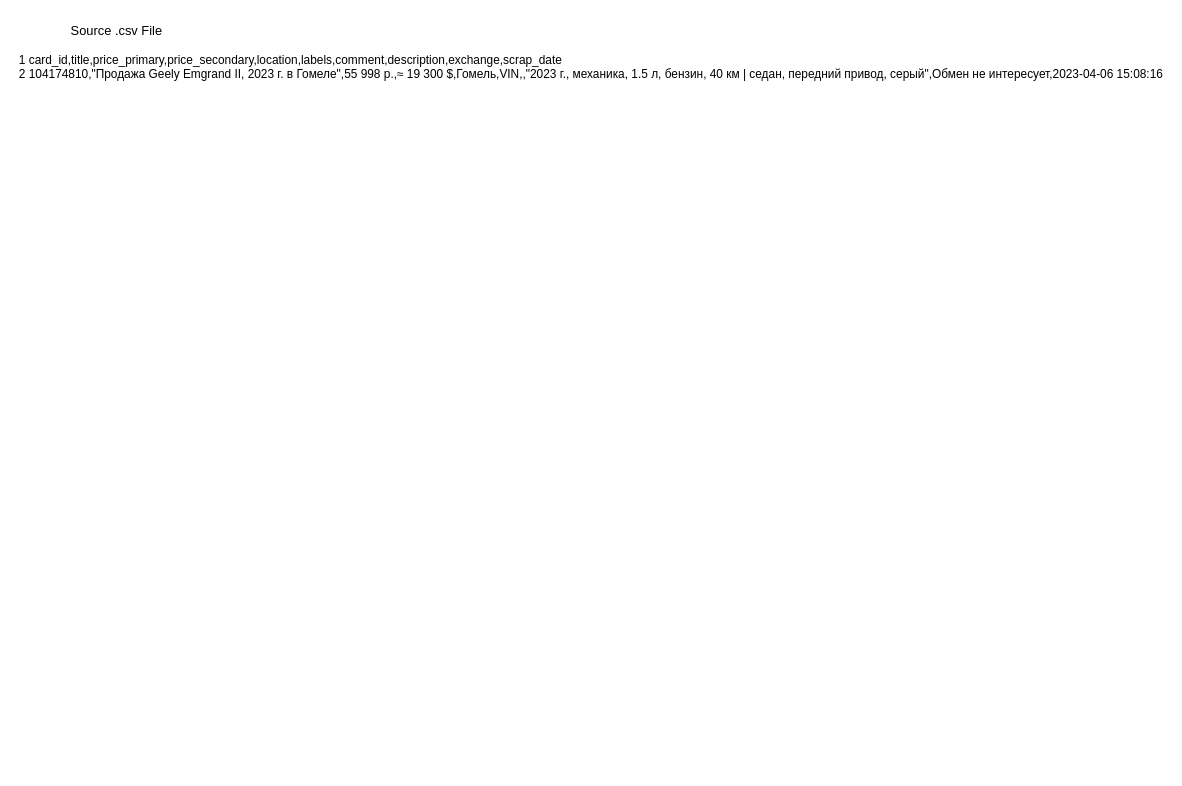
Before: page "data_examples" (3 of 4) of diagrams/get_cars(python) - data flow diagram.drawio in mrM0nk/data_engineer_2023, a draw.io diagram. Source tidied: cells renumbered, new cells numbered last; positions are measured from the earlier drawing's top-left corner, leaving out a move shared by most shapes. Both pictures are drawn from the tidied source at 99%, with x=0, y=0 at pixel (17, 17).
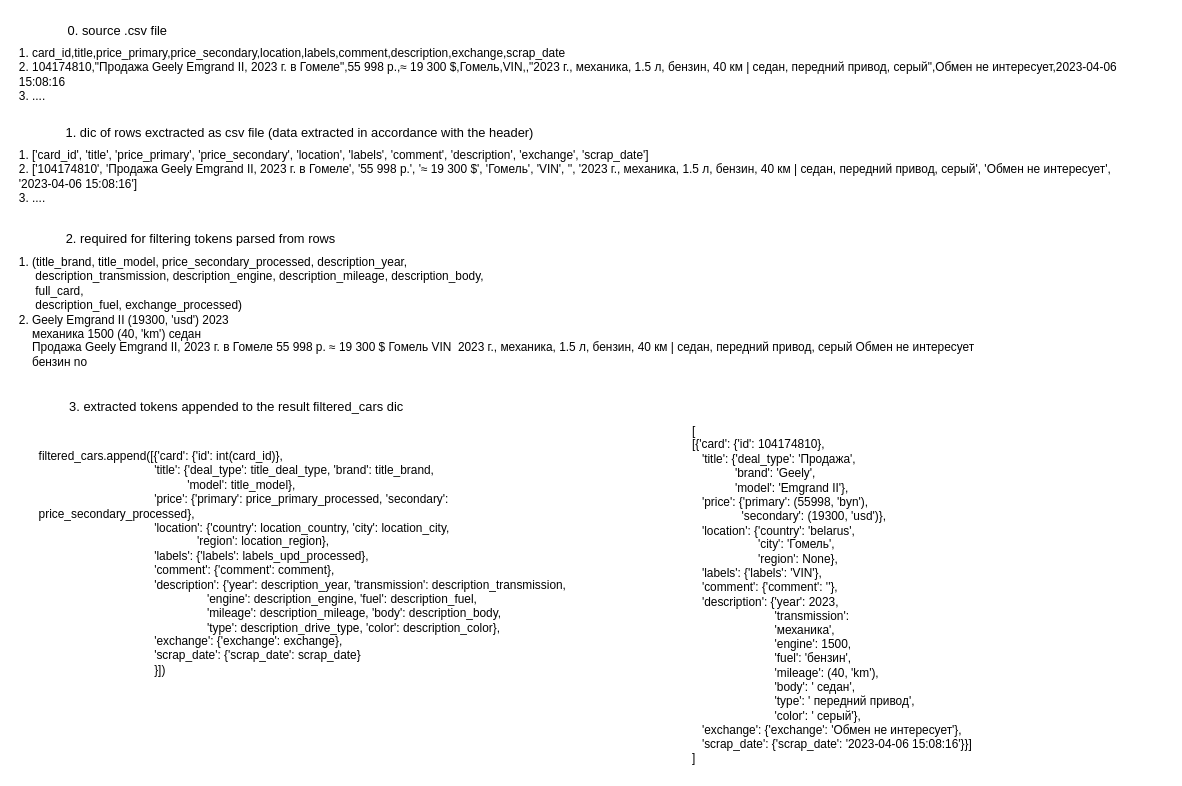
The same diagram, later.

What changed in the source:
```diff
@@
 <mxGraphModel>
   <root>
     <mxCell id="0" />
     <mxCell id="1" parent="0" />
-    <mxCell id="2" value="&lt;font style=&quot;font-size: 13px&quot;&gt;Source .csv File&lt;/font&gt;" style="text;html=1;align=center;verticalAlign=top;spacingTop=-4;fontSize=17;" parent="1" vertex="1">
-      <mxGeometry x="40" width="120" height="30" as="geometry" />
+    <mxCell id="2" value="&lt;font style=&quot;font-size: 13px&quot;&gt;0. source .csv file&lt;/font&gt;" style="text;html=1;align=center;verticalAlign=top;spacingTop=-4;fontSize=17;" parent="1" vertex="1">
+      <mxGeometry x="41" width="120" height="30" as="geometry" />
     </mxCell>
-    <mxCell id="3" value="1 card_id,title,price_primary,price_secondary,location,labels,comment,description,exchange,scrap_date&lt;br&gt;2 104174810,&quot;Продажа Geely Emgrand II, 2023 г. в Гомеле&quot;,55 998 р.,≈ 19 300 $,Гомель,VIN,,&quot;2023 г., механика, 1.5 л, бензин, 40 км | седан, передний привод, серый&quot;,Обмен не интересует,2023-04-06 15:08:16" style="text;whiteSpace=wrap;html=1;" parent="1" vertex="1">
-      <mxGeometry y="30" width="1160" height="40" as="geometry" />
+    <mxCell id="3" value="1. card_id,title,price_primary,price_secondary,location,labels,comment,description,exchange,scrap_date&lt;br&gt;2. 104174810,&quot;Продажа Geely Emgrand II, 2023 г. в Гомеле&quot;,55 998 р.,≈ 19 300 $,Гомель,VIN,,&quot;2023 г., механика, 1.5 л, бензин, 40 км | седан, передний привод, серый&quot;,Обмен не интересует,2023-04-06 15:08:16&lt;br&gt;3. ...." style="text;whiteSpace=wrap;html=1;" parent="1" vertex="1">
+      <mxGeometry y="23" width="1160" height="70" as="geometry" />
     </mxCell>
+    <mxCell id="4" value="&lt;span style=&quot;font-size: 13px;&quot;&gt;1. dic of rows exctracted as csv file (data extracted in accordance with the header)&lt;/span&gt;" style="text;html=1;align=center;verticalAlign=top;spacingTop=-4;fontSize=17;" parent="1" vertex="1">
+      <mxGeometry x="35" y="103" width="500" height="30" as="geometry" />
+    </mxCell>
+    <mxCell id="5" value="1. ['card_id', 'title', 'price_primary', 'price_secondary', 'location', 'labels', 'comment', 'description', 'exchange', 'scrap_date']&lt;br&gt;2. ['104174810', 'Продажа Geely Emgrand II, 2023 г. в Гомеле', '55 998 р.', '≈ 19 300 $', 'Гомель', 'VIN', '', '2023 г., механика, 1.5 л, бензин, 40 км | седан, передний привод, серый', 'Обмен не интересует', '2023-04-06 15:08:16']&lt;br&gt;3. ...." style="text;whiteSpace=wrap;html=1;" parent="1" vertex="1">
+      <mxGeometry y="126" width="1120" height="67" as="geometry" />
+    </mxCell>
+    <mxCell id="6" value="&lt;span style=&quot;font-size: 13px;&quot;&gt;2. required for filtering tokens parsed from rows&lt;/span&gt;" style="text;html=1;align=center;verticalAlign=top;spacingTop=-4;fontSize=17;" parent="1" vertex="1">
+      <mxGeometry x="35" y="210" width="300" height="30" as="geometry" />
+    </mxCell>
+    <mxCell id="7" value="1. (title_brand, title_model, price_secondary_processed, description_year,&lt;br&gt;&amp;nbsp; &amp;nbsp; &amp;nbsp;description_transmission, description_engine, description_mileage,&amp;nbsp;description_body, &lt;br&gt;&amp;nbsp; &amp;nbsp; &amp;nbsp;full_card, &lt;br&gt;&amp;nbsp; &amp;nbsp; &amp;nbsp;description_fuel, exchange_processed)&lt;br&gt;2. Geely Emgrand II (19300, 'usd') 2023&lt;br&gt;&amp;nbsp; &amp;nbsp; механика 1500 (40, 'km')&amp;nbsp;седан &lt;br&gt;&amp;nbsp; &amp;nbsp; Продажа Geely Emgrand II, 2023 г. в Гомеле 55 998 р. ≈ 19 300 $ Гомель VIN&amp;nbsp; 2023 г., механика, 1.5 л, бензин, 40 км | седан, передний привод, серый Обмен не интересует &lt;br&gt;&amp;nbsp; &amp;nbsp; бензин no" style="text;whiteSpace=wrap;html=1;" parent="1" vertex="1">
+      <mxGeometry y="234" width="1140" height="126" as="geometry" />
+    </mxCell>
+    <mxCell id="8" value="&lt;span style=&quot;font-size: 13px;&quot;&gt;3. extracted tokens appended to the result filtered_cars dic&lt;/span&gt;" style="text;html=1;align=center;verticalAlign=top;spacingTop=-4;fontSize=17;" parent="1" vertex="1">
+      <mxGeometry x="41" y="380" width="360" height="30" as="geometry" />
+    </mxCell>
+    <mxCell id="9" value="[&lt;br&gt;[{'card': {'id': 104174810}, &lt;br&gt;&amp;nbsp; &amp;nbsp;'title': {'deal_type': 'Продажа', &lt;br&gt;&amp;nbsp; &amp;nbsp; &amp;nbsp; &amp;nbsp; &amp;nbsp; &amp;nbsp; &amp;nbsp;'brand': 'Geely', &lt;br&gt;&amp;nbsp; &amp;nbsp; &amp;nbsp; &amp;nbsp; &amp;nbsp; &amp;nbsp; &amp;nbsp;'model': 'Emgrand II'}, &lt;br&gt;&amp;nbsp; &amp;nbsp;'price': {'primary': (55998, 'byn'), &lt;br&gt;&amp;nbsp; &amp;nbsp; &amp;nbsp; &amp;nbsp; &amp;nbsp; &amp;nbsp; &amp;nbsp; &amp;nbsp;'secondary': (19300, 'usd')}, &lt;br&gt;&amp;nbsp; &amp;nbsp;'location': {'country': 'belarus', &lt;br&gt;&amp;nbsp; &amp;nbsp; &amp;nbsp; &amp;nbsp; &amp;nbsp; &amp;nbsp; &amp;nbsp; &amp;nbsp; &amp;nbsp; &amp;nbsp; 'city': 'Гомель', &lt;br&gt;&amp;nbsp; &amp;nbsp; &amp;nbsp; &amp;nbsp; &amp;nbsp; &amp;nbsp; &amp;nbsp; &amp;nbsp; &amp;nbsp; &amp;nbsp; 'region': None}, &lt;br&gt;&amp;nbsp; &amp;nbsp;'labels': {'labels': 'VIN'}, &lt;br&gt;&amp;nbsp; &amp;nbsp;'comment': {'comment': ''}, &lt;br&gt;&amp;nbsp; &amp;nbsp;'description': {'year': 2023, &lt;br&gt;&amp;nbsp; &amp;nbsp; &amp;nbsp; &amp;nbsp; &amp;nbsp; &amp;nbsp; &amp;nbsp; &amp;nbsp; &amp;nbsp; &amp;nbsp; &amp;nbsp; &amp;nbsp; &amp;nbsp;'transmission': &lt;br&gt;&amp;nbsp; &amp;nbsp; &amp;nbsp; &amp;nbsp; &amp;nbsp; &amp;nbsp; &amp;nbsp; &amp;nbsp; &amp;nbsp; &amp;nbsp; &amp;nbsp; &amp;nbsp; &amp;nbsp;'механика', &lt;br&gt;&amp;nbsp; &amp;nbsp; &amp;nbsp; &amp;nbsp; &amp;nbsp; &amp;nbsp; &amp;nbsp; &amp;nbsp; &amp;nbsp; &amp;nbsp; &amp;nbsp; &amp;nbsp; &amp;nbsp;'engine': 1500, &lt;br&gt;&amp;nbsp; &amp;nbsp; &amp;nbsp; &amp;nbsp; &amp;nbsp; &amp;nbsp; &amp;nbsp; &amp;nbsp; &amp;nbsp; &amp;nbsp; &amp;nbsp; &amp;nbsp; &amp;nbsp;'fuel': 'бензин', &lt;br&gt;&amp;nbsp; &amp;nbsp; &amp;nbsp; &amp;nbsp; &amp;nbsp; &amp;nbsp; &amp;nbsp; &amp;nbsp; &amp;nbsp; &amp;nbsp; &amp;nbsp; &amp;nbsp; &amp;nbsp;'mileage': (40, 'km'), &lt;br&gt;&amp;nbsp; &amp;nbsp; &amp;nbsp; &amp;nbsp; &amp;nbsp; &amp;nbsp; &amp;nbsp; &amp;nbsp; &amp;nbsp; &amp;nbsp; &amp;nbsp; &amp;nbsp; &amp;nbsp;'body': ' седан', &lt;br&gt;&amp;nbsp; &amp;nbsp; &amp;nbsp; &amp;nbsp; &amp;nbsp; &amp;nbsp; &amp;nbsp; &amp;nbsp; &amp;nbsp; &amp;nbsp; &amp;nbsp; &amp;nbsp; &amp;nbsp;'type': ' передний привод', &lt;br&gt;&amp;nbsp; &amp;nbsp; &amp;nbsp; &amp;nbsp; &amp;nbsp; &amp;nbsp; &amp;nbsp; &amp;nbsp; &amp;nbsp; &amp;nbsp; &amp;nbsp; &amp;nbsp; &amp;nbsp;'color': ' серый'}, &lt;br&gt;&amp;nbsp; &amp;nbsp;'exchange': {'exchange': 'Обмен не интересует'}, &lt;br&gt;&amp;nbsp; &amp;nbsp;'scrap_date': {'scrap_date': '2023-04-06 15:08:16'}}]&lt;br&gt;]" style="text;whiteSpace=wrap;html=1;" parent="1" vertex="1">
+      <mxGeometry x="680" y="403.5" width="310" height="356" as="geometry" />
+    </mxCell>
+    <mxCell id="10" value="filtered_cars.append([{'card': {'id': int(card_id)},&#10;                                   'title': {'deal_type': title_deal_type, 'brand': title_brand,&#10;                                             'model': title_model},&#10;                                   'price': {'primary': price_primary_processed, 'secondary': price_secondary_processed},&#10;                                   'location': {'country': location_country, 'city': location_city,&#10;                                                'region': location_region},&#10;                                   'labels': {'labels': labels_upd_processed},&#10;                                   'comment': {'comment': comment},&#10;                                   'description': {'year': description_year, 'transmission': description_transmission,&#10;                                                   'engine': description_engine, 'fuel': description_fuel,&#10;                                                   'mileage': description_mileage, 'body': description_body,&#10;                                                   'type': description_drive_type, 'color': description_color},&#10;                                   'exchange': {'exchange': exchange},&#10;                                   'scrap_date': {'scrap_date': scrap_date}&#10;                                   }])" style="text;whiteSpace=wrap;html=1;" parent="1" vertex="1">
+      <mxGeometry x="20" y="430" width="560" height="270" as="geometry" />
+    </mxCell>
   </root>
 </mxGraphModel>
```
